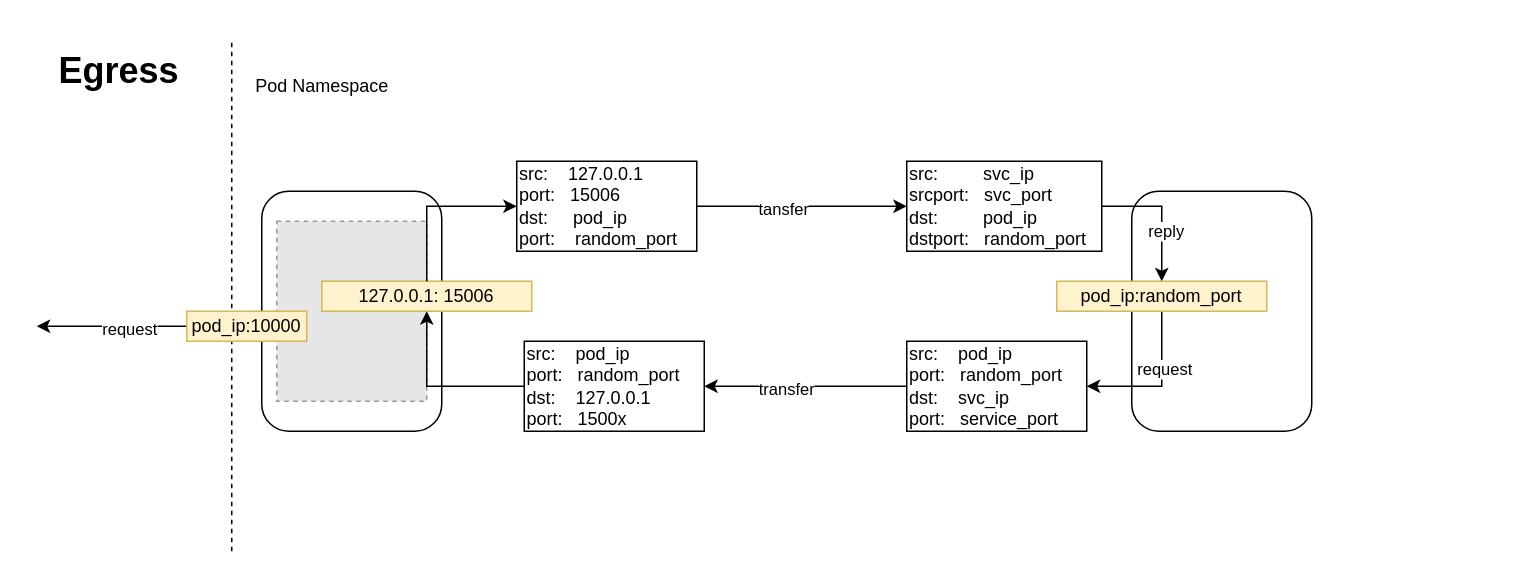
Above: egress_bypass_envoy.drawio in xu1zhou/Documents (draw.io), before the change. Source tidied: cells renumbered, new cells numbered last; positions are measured from the earlier drawing's top-left corner, leaving out a move shared by most shapes. Both pictures are drawn from the tidied source at 150%, with x=0, y=0 at pixel (36, 40). Pictures stored in the file or linked from it are replaced by grey dashed boxes.
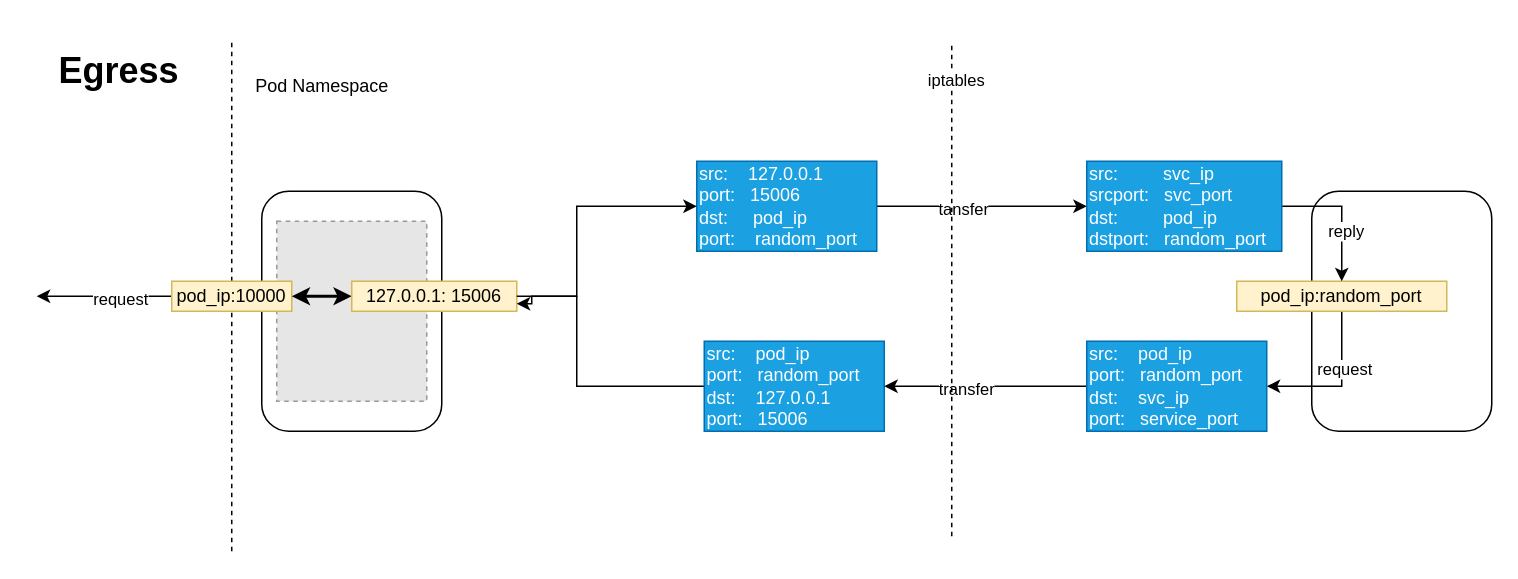
The same page after the edit.

Diff of the diagram source:
```diff
@@
     <mxCell id="4" style="rounded=1;whiteSpace=wrap;html=1;" parent="1" vertex="1">
-      <mxGeometry x="730" y="100" width="120" height="160" as="geometry" />
+      <mxGeometry x="850" y="100" width="120" height="160" as="geometry" />
     </mxCell>
@@
     <mxCell id="6" style="edgeStyle=orthogonalEdgeStyle;rounded=0;jettySize=auto;html=1;" parent="1" edge="1" source="8">
       <mxGeometry relative="1" as="geometry">
-        <mxPoint y="190" as="targetPoint" />
+        <mxPoint y="170" as="targetPoint" />
+        <Array as="points">
+          <mxPoint y="170" />
+        </Array>
       </mxGeometry>
     </mxCell>
@@
     <mxCell id="8" value="pod_ip:10000" style="text;html=1;strokeColor=#d6b656;fillColor=#fff2cc;align=center;verticalAlign=middle;whiteSpace=wrap;rounded=0;" parent="1" vertex="1">
-      <mxGeometry x="100" y="180" width="80" height="20" as="geometry" />
+      <mxGeometry x="90" y="160" width="80" height="20" as="geometry" />
     </mxCell>
+    <mxCell id="27" style="edgeStyle=orthogonalEdgeStyle;rounded=0;jettySize=auto;html=1;entryX=1;entryY=0.5;entryDx=0;entryDy=0;startArrow=classic;startFill=1;strokeWidth=2;" parent="1" edge="1" source="9" target="8">
+      <mxGeometry relative="1" as="geometry" />
+    </mxCell>
     <mxCell id="9" value="127.0.0.1: 15006" style="text;html=1;strokeColor=#d6b656;fillColor=#fff2cc;align=center;verticalAlign=middle;whiteSpace=wrap;rounded=0;" parent="1" vertex="1">
-      <mxGeometry x="190" y="160" width="140" height="20" as="geometry" />
+      <mxGeometry x="210" y="160" width="110" height="20" as="geometry" />
     </mxCell>
@@
     <mxCell id="13" value="pod_ip:random_port" style="text;html=1;strokeColor=#d6b656;fillColor=#fff2cc;align=center;verticalAlign=middle;whiteSpace=wrap;rounded=0;" parent="1" vertex="1">
-      <mxGeometry x="680" y="160" width="140" height="20" as="geometry" />
+      <mxGeometry x="800" y="160" width="140" height="20" as="geometry" />
     </mxCell>
@@
-    <mxCell id="17" value="src:&amp;nbsp; &amp;nbsp; 127.0.0.1 &lt;br&gt;port:&amp;nbsp; &amp;nbsp;15006&lt;br&gt;&lt;div&gt;dst:&amp;nbsp; &amp;nbsp; &amp;nbsp;pod_ip&lt;/div&gt;&lt;div&gt;port:&amp;nbsp; &amp;nbsp; random_port&lt;/div&gt;" style="rounded=0;whiteSpace=wrap;html=1;align=left;" parent="1" vertex="1">
-      <mxGeometry x="320" y="80" width="120" height="60" as="geometry" />
+    <mxCell id="17" value="src:&amp;nbsp; &amp;nbsp; 127.0.0.1 &lt;br&gt;port:&amp;nbsp; &amp;nbsp;15006&lt;br&gt;&lt;div&gt;dst:&amp;nbsp; &amp;nbsp; &amp;nbsp;pod_ip&lt;/div&gt;&lt;div&gt;port:&amp;nbsp; &amp;nbsp; random_port&lt;/div&gt;" style="rounded=0;whiteSpace=wrap;html=1;align=left;strokeColor=#006EAF;fontColor=#ffffff;fillColor=#1ba1e2;" parent="1" vertex="1">
+      <mxGeometry x="440" y="80" width="120" height="60" as="geometry" />
     </mxCell>
-    <mxCell id="18" style="edgeStyle=orthogonalEdgeStyle;rounded=0;jettySize=auto;html=1;entryX=0;entryY=0.5;entryDx=0;entryDy=0;" parent="1" edge="1" source="9" target="17">
+    <mxCell id="18" style="edgeStyle=orthogonalEdgeStyle;rounded=0;jettySize=auto;html=1;entryX=0;entryY=0.5;entryDx=0;entryDy=0;exitX=1;exitY=0.5;exitDx=0;exitDy=0;" parent="1" edge="1" source="9" target="17">
       <mxGeometry relative="1" as="geometry">
         <Array as="points">
-          <mxPoint x="260" y="110" />
+          <mxPoint x="360" y="170" />
+          <mxPoint x="360" y="110" />
         </Array>
       </mxGeometry>
     </mxCell>
     <mxCell id="19" style="edgeStyle=orthogonalEdgeStyle;rounded=0;jettySize=auto;html=1;entryX=0.5;entryY=0;entryDx=0;entryDy=0;" parent="1" edge="1" source="21" target="13">
       <mxGeometry relative="1" as="geometry">
         <Array as="points">
-          <mxPoint x="750" y="110" />
+          <mxPoint x="870" y="110" />
         </Array>
       </mxGeometry>
     </mxCell>
@@
-    <mxCell id="21" value="src:&amp;nbsp; &amp;nbsp; &amp;nbsp; &amp;nbsp; &amp;nbsp;svc_ip&lt;br&gt;srcport:&amp;nbsp; &amp;nbsp;svc_port&amp;nbsp; &amp;nbsp;&lt;br&gt;&lt;div&gt;dst:&amp;nbsp; &amp;nbsp; &amp;nbsp; &amp;nbsp; &amp;nbsp;pod_ip&amp;nbsp;&amp;nbsp;&lt;/div&gt;&lt;div&gt;dstport:&amp;nbsp; &amp;nbsp;random_port&lt;/div&gt;" style="rounded=0;whiteSpace=wrap;html=1;align=left;" parent="1" vertex="1">
-      <mxGeometry x="580" y="80" width="130" height="60" as="geometry" />
+    <mxCell id="21" value="src:&amp;nbsp; &amp;nbsp; &amp;nbsp; &amp;nbsp; &amp;nbsp;svc_ip&lt;br&gt;srcport:&amp;nbsp; &amp;nbsp;svc_port&amp;nbsp; &amp;nbsp;&lt;br&gt;&lt;div&gt;dst:&amp;nbsp; &amp;nbsp; &amp;nbsp; &amp;nbsp; &amp;nbsp;pod_ip&amp;nbsp;&amp;nbsp;&lt;/div&gt;&lt;div&gt;dstport:&amp;nbsp; &amp;nbsp;random_port&lt;/div&gt;" style="rounded=0;whiteSpace=wrap;html=1;align=left;fillColor=#1ba1e2;strokeColor=#006EAF;fontColor=#ffffff;" parent="1" vertex="1">
+      <mxGeometry x="700" y="80" width="130" height="60" as="geometry" />
     </mxCell>
-    <mxCell id="22" style="edgeStyle=orthogonalEdgeStyle;rounded=0;jettySize=auto;html=1;entryX=0.5;entryY=1;entryDx=0;entryDy=0;" parent="1" edge="1" source="23" target="9">
+    <mxCell id="22" style="edgeStyle=orthogonalEdgeStyle;rounded=0;jettySize=auto;html=1;entryX=1;entryY=0.75;entryDx=0;entryDy=0;" parent="1" edge="1" source="23" target="9">
       <mxGeometry relative="1" as="geometry">
         <Array as="points">
-          <mxPoint x="260" y="230" />
+          <mxPoint x="360" y="230" />
+          <mxPoint x="360" y="170" />
+          <mxPoint x="330" y="170" />
         </Array>
       </mxGeometry>
     </mxCell>
-    <mxCell id="23" value="src:&amp;nbsp; &amp;nbsp; pod_ip &lt;br&gt;port:&amp;nbsp; &amp;nbsp;random_port&lt;br&gt;&lt;div&gt;dst:&amp;nbsp; &amp;nbsp; 127.0.0.1&amp;nbsp;&amp;nbsp;&lt;/div&gt;&lt;div&gt;port:&amp;nbsp; &amp;nbsp;1500x&lt;/div&gt;" style="rounded=0;whiteSpace=wrap;html=1;align=left;" parent="1" vertex="1">
-      <mxGeometry x="325" y="200" width="120" height="60" as="geometry" />
+    <mxCell id="23" value="src:&amp;nbsp; &amp;nbsp; pod_ip &lt;br&gt;port:&amp;nbsp; &amp;nbsp;random_port&lt;br&gt;&lt;div&gt;dst:&amp;nbsp; &amp;nbsp; 127.0.0.1&amp;nbsp;&amp;nbsp;&lt;/div&gt;&lt;div&gt;port:&amp;nbsp; &amp;nbsp;15006&lt;/div&gt;" style="rounded=0;whiteSpace=wrap;html=1;align=left;fillColor=#1ba1e2;strokeColor=#006EAF;fontColor=#ffffff;" parent="1" vertex="1">
+      <mxGeometry x="445" y="200" width="120" height="60" as="geometry" />
     </mxCell>
@@
-    <mxCell id="26" value="src:&amp;nbsp; &amp;nbsp; pod_ip&lt;br&gt;port:&amp;nbsp; &amp;nbsp;random_port&lt;br&gt;&lt;div&gt;dst:&amp;nbsp; &amp;nbsp; svc_ip&amp;nbsp;&amp;nbsp;&lt;/div&gt;&lt;div&gt;port:&amp;nbsp; &amp;nbsp;service_port&lt;/div&gt;" style="rounded=0;whiteSpace=wrap;html=1;align=left;" parent="1" vertex="1">
-      <mxGeometry x="580" y="200" width="120" height="60" as="geometry" />
+    <mxCell id="26" value="src:&amp;nbsp; &amp;nbsp; pod_ip&lt;br&gt;port:&amp;nbsp; &amp;nbsp;random_port&lt;br&gt;&lt;div&gt;dst:&amp;nbsp; &amp;nbsp; svc_ip&amp;nbsp;&amp;nbsp;&lt;/div&gt;&lt;div&gt;port:&amp;nbsp; &amp;nbsp;service_port&lt;/div&gt;" style="rounded=0;whiteSpace=wrap;html=1;align=left;fillColor=#1ba1e2;strokeColor=#006EAF;fontColor=#ffffff;" parent="1" vertex="1">
+      <mxGeometry x="700" y="200" width="120" height="60" as="geometry" />
     </mxCell>
+    <mxCell id="28" style="endArrow=none;dashed=1;html=1;" parent="1" edge="1">
+      <mxGeometry relative="1" as="geometry">
+        <mxPoint x="610" y="330" as="sourcePoint" />
+        <mxPoint x="610" as="targetPoint" />
+      </mxGeometry>
+    </mxCell>
+    <mxCell id="29" value="iptables" style="edgeLabel;html=1;align=center;verticalAlign=middle;" parent="28" vertex="1">
+      <mxGeometry x="0.85" y="-2" relative="1" as="geometry" />
+    </mxCell>
```
